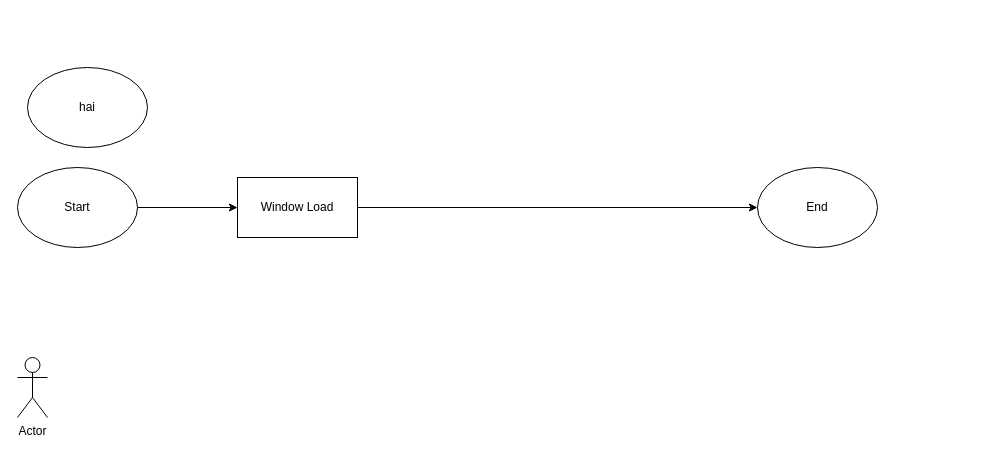
Aryanda04/File-common keeps this draw.io diagram as web.drawio. Above is the earlier version. Source tidied: cells renumbered, new cells numbered last; positions are measured from the earlier drawing's top-left corner, leaving out a move shared by most shapes. Both pictures are drawn from the tidied source at 100%, with x=0, y=0 at pixel (17, 67).
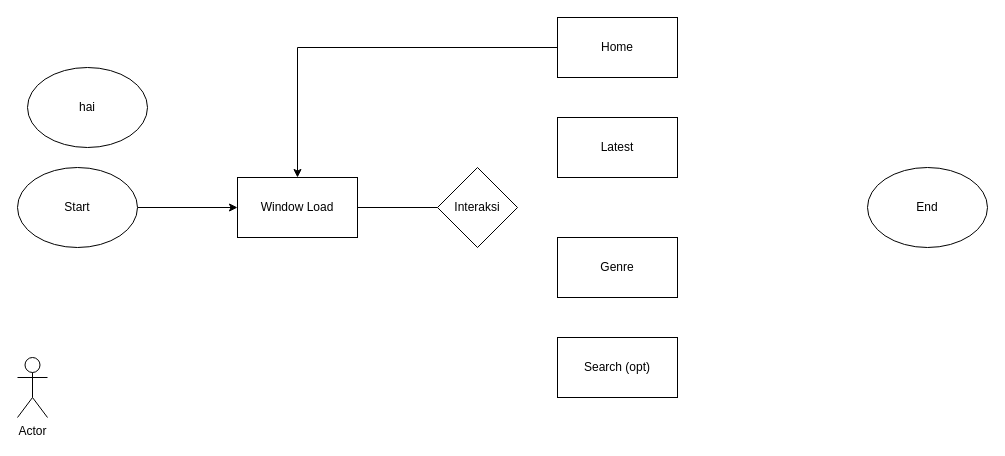
The same diagram, later.

Commit message:
Opsi Interaksi

What changed in the source:
```diff
@@
 <mxGraphModel>
   <root>
     <mxCell id="0" />
     <mxCell id="1" parent="0" />
     <mxCell id="2" style="edgeStyle=orthogonalEdgeStyle;rounded=0;jettySize=auto;html=1;" parent="1" edge="1" source="3" target="8">
       <mxGeometry relative="1" as="geometry" />
     </mxCell>
     <mxCell id="3" value="Start" style="ellipse;whiteSpace=wrap;html=1;" parent="1" vertex="1">
       <mxGeometry y="100" width="120" height="80" as="geometry" />
     </mxCell>
     <mxCell id="4" value="Actor" style="shape=umlActor;verticalLabelPosition=bottom;verticalAlign=top;html=1;" parent="1" vertex="1">
       <mxGeometry y="290" width="30" height="60" as="geometry" />
     </mxCell>
     <mxCell id="5" value="End" style="ellipse;whiteSpace=wrap;html=1;" parent="1" vertex="1">
-      <mxGeometry x="740" y="100" width="120" height="80" as="geometry" />
+      <mxGeometry x="850" y="100" width="120" height="80" as="geometry" />
     </mxCell>
     <mxCell id="6" value="hai" style="ellipse;whiteSpace=wrap;html=1;" parent="1" vertex="1">
       <mxGeometry x="10" width="120" height="80" as="geometry" />
     </mxCell>
-    <mxCell id="7" style="edgeStyle=orthogonalEdgeStyle;rounded=0;jettySize=auto;html=1;" parent="1" edge="1" source="8" target="5">
-      <mxGeometry relative="1" as="geometry" />
-    </mxCell>
     <mxCell id="8" value="Window Load" style="rounded=0;whiteSpace=wrap;html=1;" parent="1" vertex="1">
       <mxGeometry x="220" y="110" width="120" height="60" as="geometry" />
     </mxCell>
+    <mxCell id="9" value="Interaksi" style="rhombus;whiteSpace=wrap;html=1;" parent="1" vertex="1">
+      <mxGeometry x="420" y="100" width="80" height="80" as="geometry" />
+    </mxCell>
+    <mxCell id="10" style="edgeStyle=orthogonalEdgeStyle;rounded=0;jettySize=auto;html=1;endArrow=none;" parent="1" edge="1" source="8" target="9">
+      <mxGeometry relative="1" as="geometry" />
+    </mxCell>
+    <mxCell id="11" style="edgeStyle=orthogonalEdgeStyle;rounded=0;jettySize=auto;html=1;" parent="1" edge="1" source="12" target="8">
+      <mxGeometry relative="1" as="geometry" />
+    </mxCell>
+    <mxCell id="12" value="Home" style="rounded=0;whiteSpace=wrap;html=1;" parent="1" vertex="1">
+      <mxGeometry x="540" y="-50" width="120" height="60" as="geometry" />
+    </mxCell>
+    <mxCell id="13" value="Latest" style="rounded=0;whiteSpace=wrap;html=1;" parent="1" vertex="1">
+      <mxGeometry x="540" y="50" width="120" height="60" as="geometry" />
+    </mxCell>
+    <mxCell id="14" value="Search (opt)" style="rounded=0;whiteSpace=wrap;html=1;" parent="1" vertex="1">
+      <mxGeometry x="540" y="270" width="120" height="60" as="geometry" />
+    </mxCell>
+    <mxCell id="15" value="Genre" style="rounded=0;whiteSpace=wrap;html=1;" parent="1" vertex="1">
+      <mxGeometry x="540" y="170" width="120" height="60" as="geometry" />
+    </mxCell>
   </root>
 </mxGraphModel>
```
